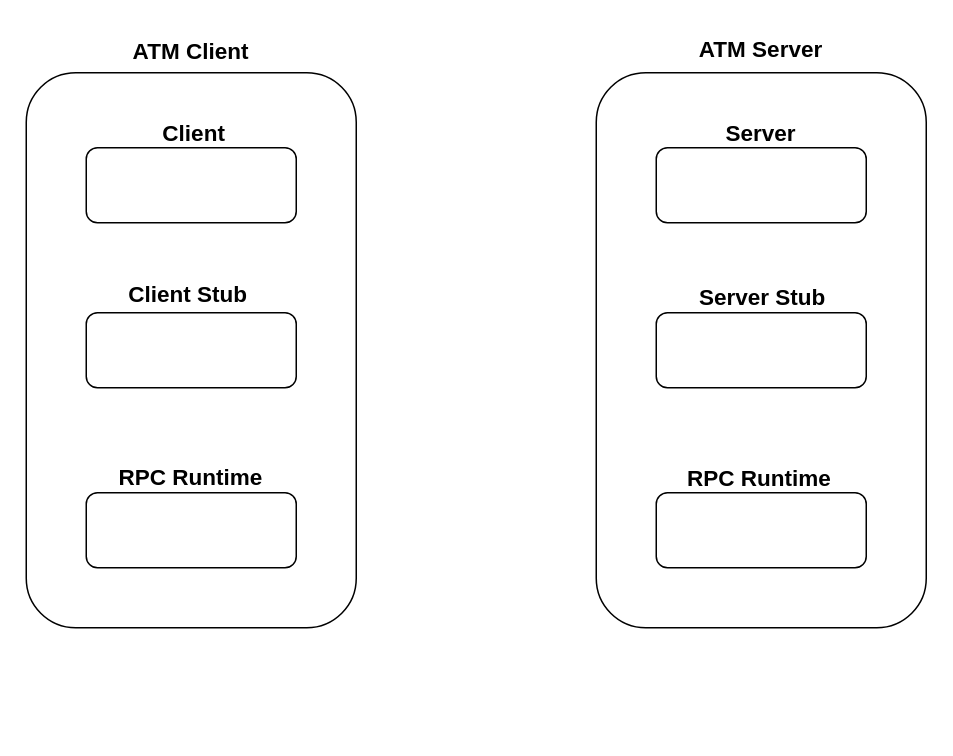
This is Untitled Diagram.drawio from ahraralisoomro/Draw-a-remote-procedure-call-architecture-of-a-real-world-scenario, a draw.io file, before an edit. Source tidied: cells renumbered, new cells numbered last; positions are measured from the earlier drawing's top-left corner, leaving out a move shared by most shapes. Both pictures are drawn from the tidied source at 150%, with x=0, y=0 at pixel (26, 26).
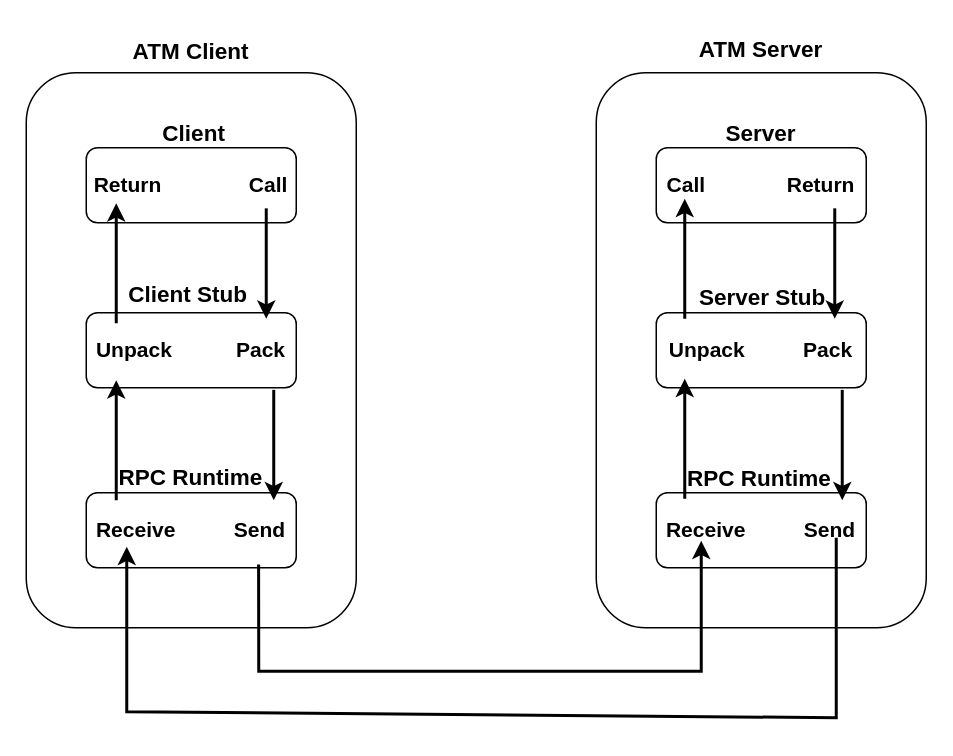
The same page after the edit.

Change to the diagram source:
```diff
@@
-    <mxCell id="3" style="rounded=1;whiteSpace=wrap;html=1;" parent="1" vertex="1">
+    <mxCell id="3" style="rounded=1;whiteSpace=wrap;html=1;fillStyle=dashed;strokeColor=default;" parent="1" vertex="1">
       <mxGeometry y="31" width="220" height="370" as="geometry" />
     </mxCell>
-    <mxCell id="4" style="rounded=1;whiteSpace=wrap;html=1;" parent="1" vertex="1">
+    <mxCell id="4" value="&lt;b&gt;&lt;font style=&quot;font-size: 14px;&quot;&gt;Return&amp;nbsp; &amp;nbsp; &amp;nbsp; &amp;nbsp; &amp;nbsp; &amp;nbsp; &amp;nbsp; &amp;nbsp;Call&lt;/font&gt;&lt;/b&gt;" style="rounded=1;whiteSpace=wrap;html=1;" parent="1" vertex="1">
       <mxGeometry x="40" y="81" width="140" height="50" as="geometry" />
     </mxCell>
-    <mxCell id="5" style="rounded=1;whiteSpace=wrap;html=1;" parent="1" vertex="1">
+    <mxCell id="5" value="&lt;b&gt;&lt;font style=&quot;font-size: 14px;&quot;&gt;Unpack&amp;nbsp; &amp;nbsp; &amp;nbsp; &amp;nbsp; &amp;nbsp; &amp;nbsp;Pack&lt;/font&gt;&lt;/b&gt;" style="rounded=1;whiteSpace=wrap;html=1;" parent="1" vertex="1">
       <mxGeometry x="40" y="191" width="140" height="50" as="geometry" />
     </mxCell>
-    <mxCell id="6" style="rounded=1;whiteSpace=wrap;html=1;" parent="1" vertex="1">
+    <mxCell id="6" value="&lt;b&gt;&lt;font style=&quot;font-size: 14px;&quot;&gt;Receive&amp;nbsp; &amp;nbsp; &amp;nbsp; &amp;nbsp; &amp;nbsp; Send&lt;/font&gt;&lt;/b&gt;" style="rounded=1;whiteSpace=wrap;html=1;" parent="1" vertex="1">
       <mxGeometry x="40" y="311" width="140" height="50" as="geometry" />
     </mxCell>
-    <mxCell id="7" style="rounded=1;whiteSpace=wrap;html=1;" parent="1" vertex="1">
+    <mxCell id="7" value="&lt;b&gt;&lt;font style=&quot;font-size: 14px;&quot;&gt;Receive&amp;nbsp; &amp;nbsp; &amp;nbsp; &amp;nbsp; &amp;nbsp; Send&lt;/font&gt;&lt;/b&gt;" style="rounded=1;whiteSpace=wrap;html=1;" parent="1" vertex="1">
       <mxGeometry x="420" y="311" width="140" height="50" as="geometry" />
     </mxCell>
-    <mxCell id="8" style="rounded=1;whiteSpace=wrap;html=1;" parent="1" vertex="1">
+    <mxCell id="8" value="&lt;b&gt;&lt;font style=&quot;font-size: 14px;&quot;&gt;Unpack&amp;nbsp; &amp;nbsp; &amp;nbsp; &amp;nbsp; &amp;nbsp; Pack&lt;/font&gt;&lt;/b&gt;" style="rounded=1;whiteSpace=wrap;html=1;" parent="1" vertex="1">
       <mxGeometry x="420" y="191" width="140" height="50" as="geometry" />
     </mxCell>
-    <mxCell id="9" style="rounded=1;whiteSpace=wrap;html=1;" parent="1" vertex="1">
+    <mxCell id="9" value="&lt;b&gt;&lt;font style=&quot;font-size: 14px;&quot;&gt;Call&amp;nbsp; &amp;nbsp; &amp;nbsp; &amp;nbsp; &amp;nbsp; &amp;nbsp; &amp;nbsp; Return&lt;/font&gt;&lt;/b&gt;" style="rounded=1;whiteSpace=wrap;html=1;" parent="1" vertex="1">
       <mxGeometry x="420" y="81" width="140" height="50" as="geometry" />
     </mxCell>
@@
+    <mxCell id="18" style="endArrow=classic;html=1;rounded=0;strokeWidth=2;" parent="1" edge="1">
+      <mxGeometry relative="1" as="geometry">
+        <mxPoint x="60" y="198" as="sourcePoint" />
+        <mxPoint x="60" y="118" as="targetPoint" />
+      </mxGeometry>
+    </mxCell>
+    <mxCell id="19" style="endArrow=classic;html=1;rounded=0;strokeWidth=2;" parent="1" edge="1">
+      <mxGeometry relative="1" as="geometry">
+        <mxPoint x="60" y="316" as="sourcePoint" />
+        <mxPoint x="60" y="236" as="targetPoint" />
+      </mxGeometry>
+    </mxCell>
+    <mxCell id="20" style="endArrow=classic;html=1;rounded=0;strokeWidth=2;" parent="1" edge="1">
+      <mxGeometry relative="1" as="geometry">
+        <mxPoint x="439" y="195" as="sourcePoint" />
+        <mxPoint x="439" y="115" as="targetPoint" />
+      </mxGeometry>
+    </mxCell>
+    <mxCell id="21" style="endArrow=classic;html=1;rounded=0;strokeWidth=2;" parent="1" edge="1">
+      <mxGeometry relative="1" as="geometry">
+        <mxPoint x="439" y="315" as="sourcePoint" />
+        <mxPoint x="439" y="235" as="targetPoint" />
+      </mxGeometry>
+    </mxCell>
+    <mxCell id="22" style="endArrow=classic;html=1;rounded=0;strokeWidth=2;entryX=0.887;entryY=0.986;entryDx=0;entryDy=0;entryPerimeter=0;exitX=0.797;exitY=0.8;exitDx=0;exitDy=0;exitPerimeter=0;" parent="1" edge="1">
+      <mxGeometry relative="1" as="geometry">
+        <mxPoint x="539" y="121.4" as="sourcePoint" />
+        <mxPoint x="539" y="195" as="targetPoint" />
+      </mxGeometry>
+    </mxCell>
+    <mxCell id="23" style="endArrow=classic;html=1;rounded=0;strokeWidth=2;entryX=0.887;entryY=0.986;entryDx=0;entryDy=0;entryPerimeter=0;exitX=0.797;exitY=0.8;exitDx=0;exitDy=0;exitPerimeter=0;" parent="1" edge="1">
+      <mxGeometry relative="1" as="geometry">
+        <mxPoint x="544" y="242.4" as="sourcePoint" />
+        <mxPoint x="544" y="316" as="targetPoint" />
+      </mxGeometry>
+    </mxCell>
+    <mxCell id="24" style="endArrow=classic;html=1;rounded=0;strokeWidth=2;entryX=0.887;entryY=0.986;entryDx=0;entryDy=0;entryPerimeter=0;exitX=0.797;exitY=0.8;exitDx=0;exitDy=0;exitPerimeter=0;" parent="1" edge="1">
+      <mxGeometry relative="1" as="geometry">
+        <mxPoint x="165" y="242.4" as="sourcePoint" />
+        <mxPoint x="165" y="316" as="targetPoint" />
+      </mxGeometry>
+    </mxCell>
+    <mxCell id="25" style="endArrow=classic;html=1;rounded=0;strokeWidth=2;entryX=0.887;entryY=0.986;entryDx=0;entryDy=0;entryPerimeter=0;exitX=0.797;exitY=0.8;exitDx=0;exitDy=0;exitPerimeter=0;" parent="1" edge="1">
+      <mxGeometry relative="1" as="geometry">
+        <mxPoint x="160" y="121.4" as="sourcePoint" />
+        <mxPoint x="160" y="195" as="targetPoint" />
+      </mxGeometry>
+    </mxCell>
+    <mxCell id="26" style="endArrow=classic;html=1;rounded=0;exitX=0.821;exitY=1.116;exitDx=0;exitDy=0;exitPerimeter=0;strokeWidth=2;" parent="1" edge="1">
+      <mxGeometry relative="1" as="geometry">
+        <mxPoint x="154.9" y="358.8" as="sourcePoint" />
+        <mxPoint x="450" y="343" as="targetPoint" />
+        <Array as="points">
+          <mxPoint x="155" y="430" />
+          <mxPoint x="300" y="430" />
+          <mxPoint x="450" y="430" />
+        </Array>
+      </mxGeometry>
+    </mxCell>
+    <mxCell id="27" style="endArrow=classic;html=1;rounded=0;strokeWidth=2;" parent="1" edge="1">
+      <mxGeometry relative="1" as="geometry">
+        <mxPoint x="540" y="421" as="sourcePoint" />
+        <mxPoint x="67" y="347" as="targetPoint" />
+        <Array as="points">
+          <mxPoint x="540" y="341" />
+          <mxPoint x="540" y="461" />
+          <mxPoint x="67" y="457" />
+        </Array>
+      </mxGeometry>
+    </mxCell>
```
